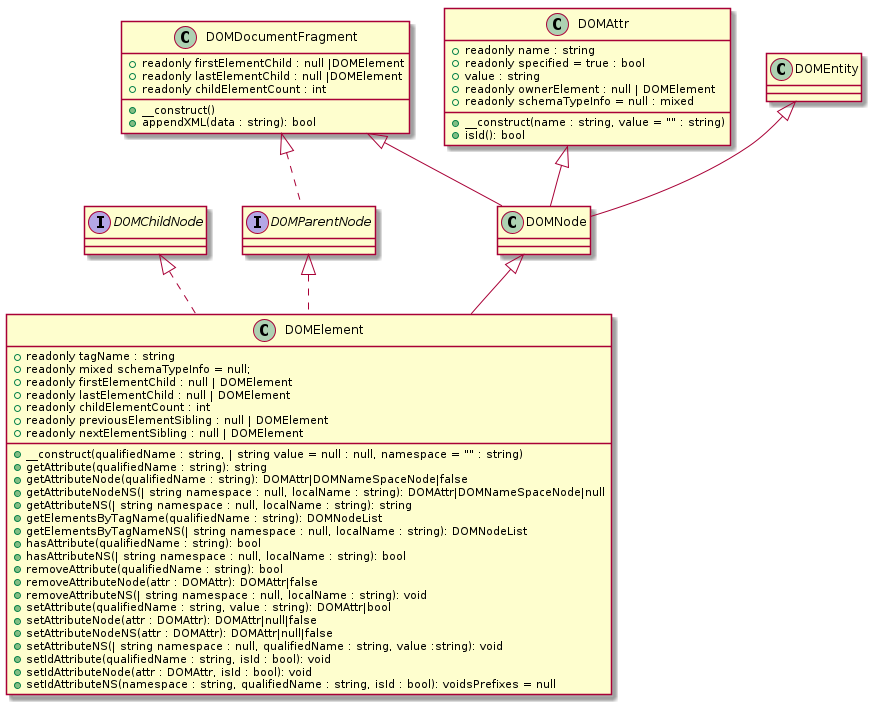
This is dom/other.png from kurt-krueckeberg/understanding-dom, a PlantUML export, as it was before one commit. Its source is kept beside it as dom/other.puml. The source it was exported from:
```plantuml
@startuml
interface DOMChildNode
interface DOMParentNode
DOMNode       <|-- DOMElement
DOMParentNode <|.. DOMElement
DOMChildNode  <|.. DOMElement

class DOMElement {
  +readonly tagName : string
  +readonly mixed schemaTypeInfo = null;
  +readonly firstElementChild : null | DOMElement
  +readonly lastElementChild : null | DOMElement
  +readonly childElementCount : int
  +readonly previousElementSibling : null | DOMElement
  +readonly nextElementSibling : null | DOMElement
  +__construct(qualifiedName : string, | string value = null : null, namespace = "" : string)
  +getAttribute(qualifiedName : string): string
  +getAttributeNode(qualifiedName : string): DOMAttr|DOMNameSpaceNode|false
  +getAttributeNodeNS(| string namespace : null, localName : string): DOMAttr|DOMNameSpaceNode|null
  +getAttributeNS(| string namespace : null, localName : string): string
  +getElementsByTagName(qualifiedName : string): DOMNodeList
  +getElementsByTagNameNS(| string namespace : null, localName : string): DOMNodeList
  +hasAttribute(qualifiedName : string): bool
  +hasAttributeNS(| string namespace : null, localName : string): bool
  +removeAttribute(qualifiedName : string): bool
  +removeAttributeNode(attr : DOMAttr): DOMAttr|false
  +removeAttributeNS(| string namespace : null, localName : string): void
  +setAttribute(qualifiedName : string, value : string): DOMAttr|bool
  +setAttributeNode(attr : DOMAttr): DOMAttr|null|false
  +setAttributeNodeNS(attr : DOMAttr): DOMAttr|null|false
  +setAttributeNS(| string namespace : null, qualifiedName : string, value :string): void
  +setIdAttribute(qualifiedName : string, isId : bool): void
  +setIdAttributeNode(attr : DOMAttr, isId : bool): void
  +setIdAttributeNS(namespace : string, qualifiedName : string, isId : bool): voidsPrefixes = null
}

DOMAttr <|-- DOMNode
class DOMAttr {
  +readonly name : string
  +readonly specified = true : bool
  +value : string
  +readonly ownerElement : null | DOMElement
  +readonly schemaTypeInfo = null : mixed
  +__construct(name : string, value = "" : string)
  +isId(): bool
}

DOMEntity <|-- DOMNode

DOMDocumentFragment <|-- DOMNode

DOMDocumentFragment <|.. DOMParentNode

class DOMDocumentFragment {
  +readonly firstElementChild : null |DOMElement
  +readonly lastElementChild : null |DOMElement
  +readonly childElementCount : int
  +__construct()
  +appendXML(data : string): bool
}
@enduml
```
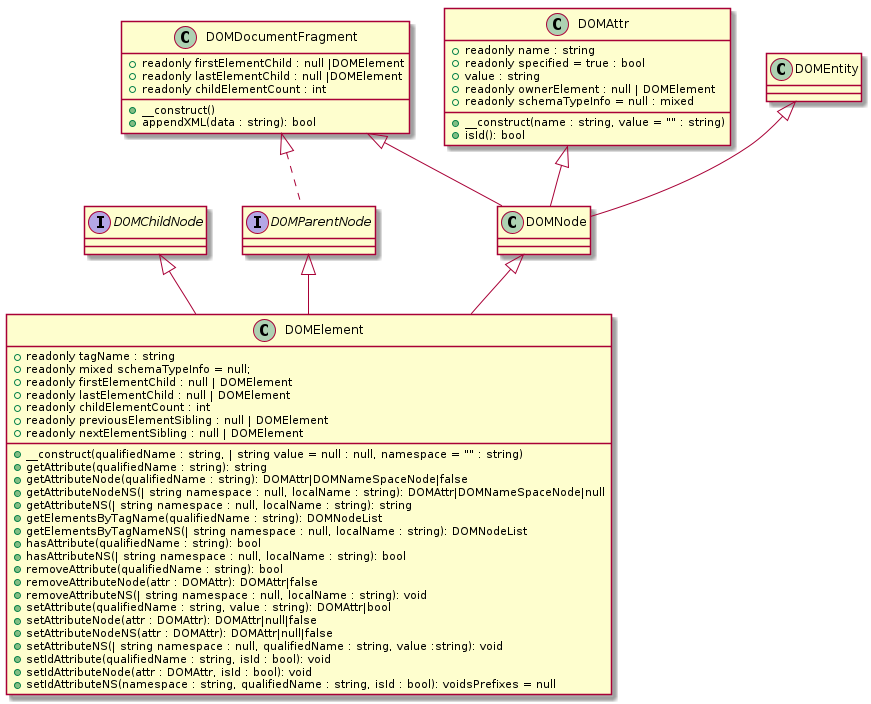
After the commit.

The edit, as a diff of the source:
```diff
@@ -2,8 +2,8 @@
 interface DOMChildNode
 interface DOMParentNode
 DOMNode       <|-- DOMElement
-DOMParentNode <|.. DOMElement
-DOMChildNode  <|.. DOMElement
+DOMParentNode <|-- DOMElement
+DOMChildNode  <|-- DOMElement
 
 class DOMElement {
   +readonly tagName : string
```
